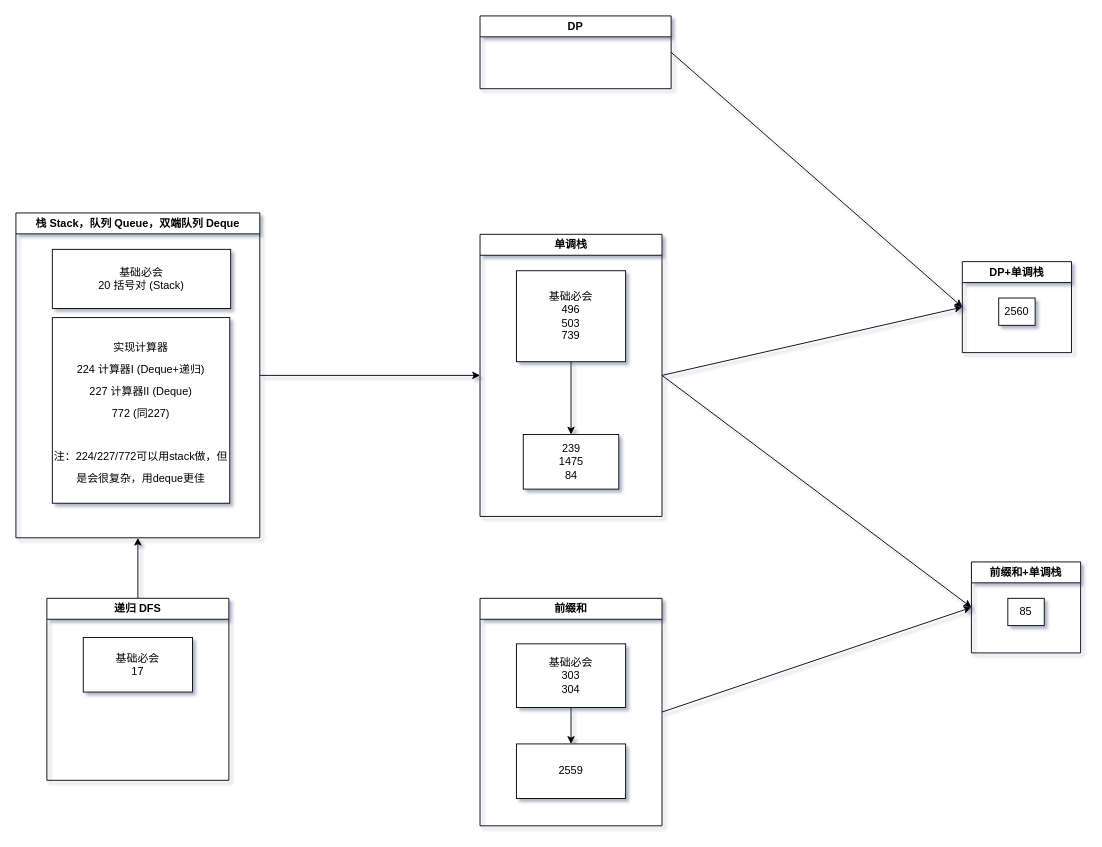
Above: 按图索骥.drawio in jssonx/algo-playground (draw.io), before the change. Source tidied: cells renumbered, new cells numbered last; positions are measured from the earlier drawing's top-left corner, leaving out a move shared by most shapes. Both pictures are drawn from the tidied source at 91%, with x=0, y=0 at pixel (15, 15).
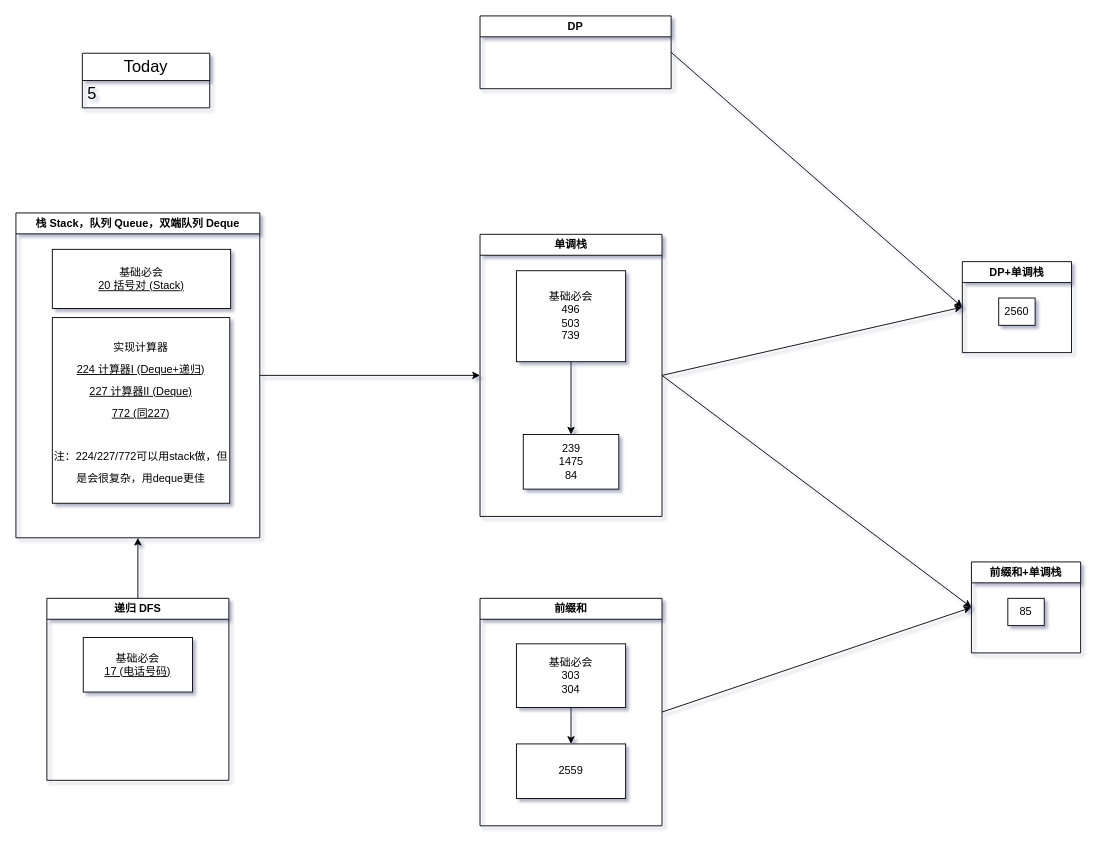
Above is the later version.

The change refers to these unchanged cells:
```xml
<mxCell id="20" value="栈 Stack，队列 Queue，双端队列 Deque" style="swimlane;whiteSpace=wrap;html=1;rounded=0;" parent="1" vertex="1">
  <mxGeometry y="216.5" width="268" height="357" as="geometry" />
</mxCell>
<mxCell id="24" value="递归 DFS" style="swimlane;whiteSpace=wrap;html=1;fontFamily=Helvetica;" parent="1" vertex="1">
  <mxGeometry x="34" y="640" width="200" height="200" as="geometry" />
</mxCell>
```

The edit, as a diff of the source:
```diff
@@
-    <mxCell id="21" value="基础必会&lt;br&gt;20 括号对 (Stack)" style="whiteSpace=wrap;html=1;rounded=0;" parent="20" vertex="1">
+    <mxCell id="21" value="基础必会&lt;br&gt;&lt;u&gt;20 括号对 (Stack)&lt;/u&gt;" style="whiteSpace=wrap;html=1;rounded=0;" parent="20" vertex="1">
       <mxGeometry x="40" y="40" width="196" height="65" as="geometry" />
     </mxCell>
-    <mxCell id="22" value="&lt;font style=&quot;font-size: 12px;&quot;&gt;&lt;font face=&quot;Helvetica&quot;&gt;实现计算器&lt;br&gt;224 计算器I (Deque+递归)&lt;br&gt;227 计算器II (Deque)&lt;br&gt;772 (同227)&lt;br&gt;&lt;br&gt;注：224/227/772可以用stack做，但是会很复杂，用deque更佳&lt;/font&gt;&lt;br&gt;&lt;/font&gt;" style="whiteSpace=wrap;html=1;hachureGap=4;fontFamily=Architects Daughter;fontSize=20;" parent="20" vertex="1">
+    <mxCell id="22" value="&lt;font style=&quot;font-size: 12px;&quot;&gt;&lt;font face=&quot;Helvetica&quot;&gt;实现计算器&lt;br&gt;&lt;u&gt;224 计算器I (Deque+递归)&lt;br&gt;227 计算器II (Deque)&lt;br&gt;772 (同227)&lt;/u&gt;&lt;br&gt;&lt;br&gt;注：224/227/772可以用stack做，但是会很复杂，用deque更佳&lt;/font&gt;&lt;br&gt;&lt;/font&gt;" style="whiteSpace=wrap;html=1;hachureGap=4;fontFamily=Architects Daughter;fontSize=20;" parent="20" vertex="1">
       <mxGeometry x="40" y="115" width="195" height="204" as="geometry" />
     </mxCell>
@@
-    <mxCell id="25" value="基础必会&lt;br&gt;17" style="whiteSpace=wrap;html=1;fontFamily=Helvetica;" parent="24" vertex="1">
+    <mxCell id="25" value="基础必会&lt;br&gt;&lt;u&gt;17 (电话号码)&lt;/u&gt;" style="whiteSpace=wrap;html=1;fontFamily=Helvetica;" parent="24" vertex="1">
       <mxGeometry x="40" y="43" width="120" height="60" as="geometry" />
     </mxCell>
+    <mxCell id="26" value="Today" style="swimlane;fontStyle=0;horizontal=1;startSize=30;whiteSpace=wrap;html=1;fontFamily=Helvetica;fontSize=18;" parent="1" vertex="1">
+      <mxGeometry x="73" y="41" width="140" height="60" as="geometry" />
+    </mxCell>
+    <mxCell id="27" value="5" style="text;strokeColor=none;fillColor=none;align=left;verticalAlign=middle;spacingLeft=4;spacingRight=4;overflow=hidden;whiteSpace=wrap;html=1;fontFamily=Helvetica;fontSize=18;" parent="26" vertex="1">
+      <mxGeometry y="30" width="140" height="30" as="geometry" />
+    </mxCell>
```
